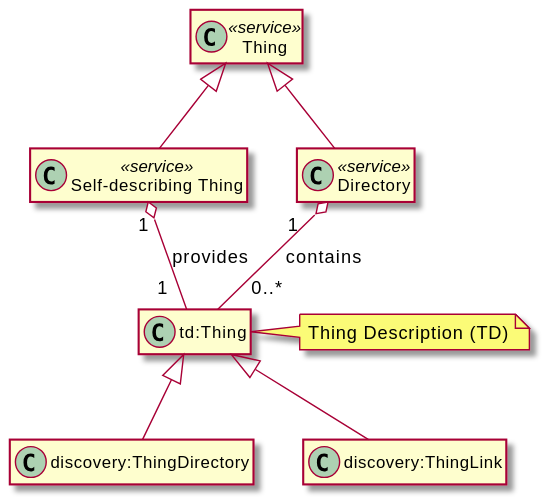
Before: images/exploration-class-diagram.svg, a diagram exported from PlantUML (w3c/wot-discovery).
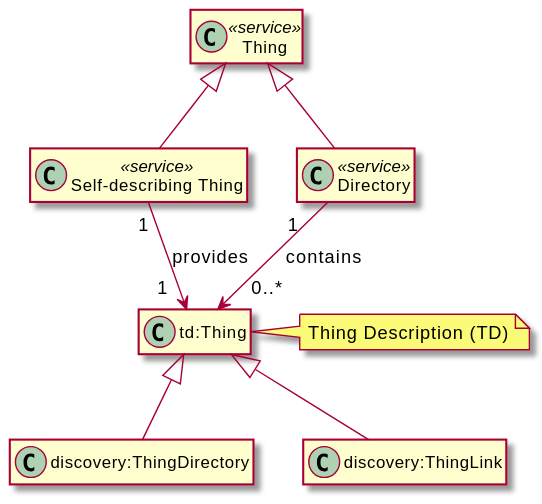
The same diagram one commit later.

Commit message:
Switch from aggregation to generic association

Change to the diagram source:
```diff
@@ -18,10 +18,10 @@
 
 Thing <|-- SelfDesc
 Thing <|-- Directory
-SelfDesc "1" o-- "1  " TD: provides
+SelfDesc "1" --> "1  " TD: provides
 TD <|-- ThingDirectory
 TD <|-- ThingLink
-Directory "1   " o-- "   0..*" TD: contains
+Directory "1   " --> "   0..*" TD: contains
 
 
 @enduml
```
